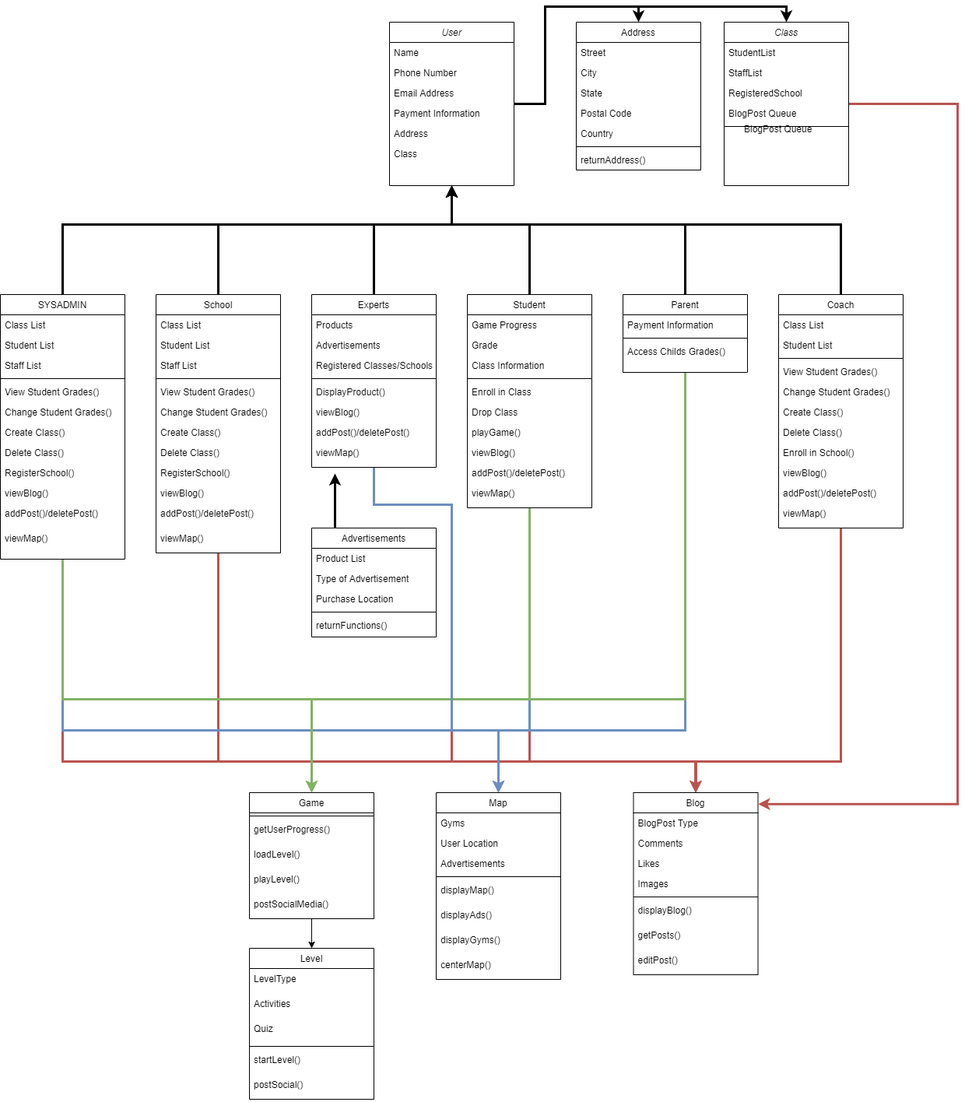
Earlier version of the draw.io export Deliverables/Week_4/Class Diagram.png (Hanandrof/Group-3-Repository). Source tidied: cells renumbered, new cells last; positions are measured from the earlier drawing's top-left corner, leaving out a move shared by most shapes.
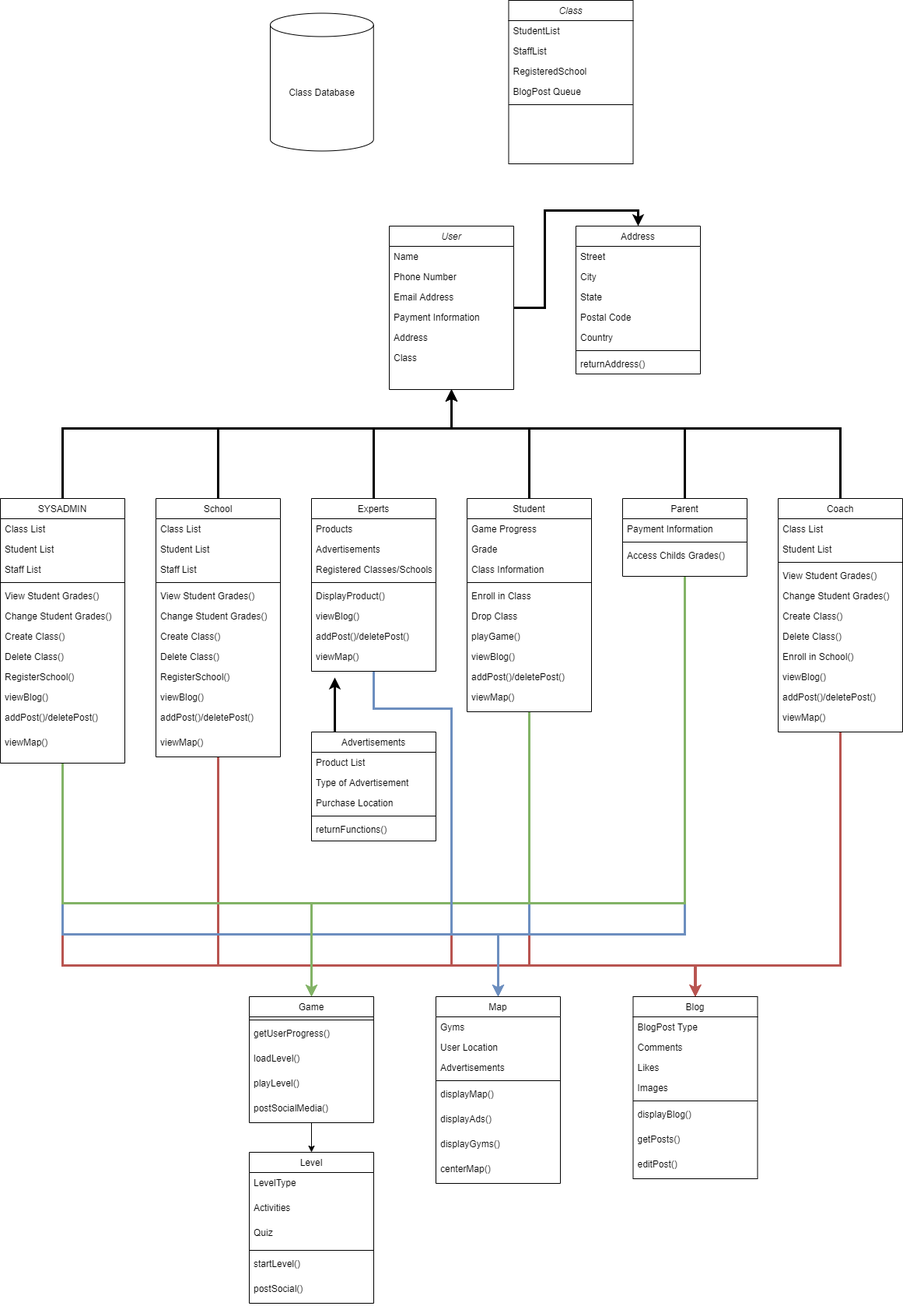
After the change.

The edit, as a diff of the source:
```diff
@@ -5,15 +5,6 @@
     <mxCell id="2" style="edgeStyle=orthogonalEdgeStyle;rounded=0;jettySize=auto;html=1;entryX=0.5;entryY=0;entryDx=0;entryDy=0;strokeWidth=3;" parent="1" edge="1" source="4" target="25">
       <mxGeometry relative="1" as="geometry" />
     </mxCell>
-    <mxCell id="3" style="edgeStyle=orthogonalEdgeStyle;rounded=0;jettySize=auto;html=1;entryX=0.5;entryY=0;entryDx=0;entryDy=0;strokeWidth=3;" parent="1" edge="1" source="4" target="139">
-      <mxGeometry relative="1" as="geometry">
-        <Array as="points">
-          <mxPoint x="700" y="125" />
-          <mxPoint x="700" />
-          <mxPoint x="1010" />
-        </Array>
-      </mxGeometry>
-    </mxCell>
     <mxCell id="4" value="User" style="swimlane;fontStyle=2;align=center;verticalAlign=top;horizontal=1;startSize=26;rounded=0;shadow=0;strokeWidth=1;" parent="1" vertex="1">
       <mxGeometry x="500" y="20" width="160" height="210" as="geometry" />
     </mxCell>
@@ -515,16 +506,8 @@
     <mxCell id="137" value="postSocial()" style="text;align=left;verticalAlign=top;spacingLeft=4;spacingRight=4;overflow=hidden;rounded=0;shadow=0;html=0;" parent="131" vertex="1">
       <mxGeometry y="162" width="160" height="32" as="geometry" />
     </mxCell>
-    <mxCell id="138" style="edgeStyle=orthogonalEdgeStyle;rounded=0;jettySize=auto;html=1;entryX=1.001;entryY=0.063;entryDx=0;entryDy=0;entryPerimeter=0;strokeWidth=3;fillColor=#f8cecc;strokeColor=#b85450;" parent="1" edge="1" source="139" target="106">
-      <mxGeometry relative="1" as="geometry">
-        <Array as="points">
-          <mxPoint x="1230" y="125" />
-          <mxPoint x="1230" y="1025" />
-        </Array>
-      </mxGeometry>
-    </mxCell>
     <mxCell id="139" value="Class" style="swimlane;fontStyle=2;align=center;verticalAlign=top;horizontal=1;startSize=26;rounded=0;shadow=0;strokeWidth=1;" parent="1" vertex="1">
-      <mxGeometry x="930" y="20" width="160" height="210" as="geometry" />
+      <mxGeometry x="653.5" y="-270" width="160" height="210" as="geometry" />
     </mxCell>
     <mxCell id="140" value="StudentList" style="text;align=left;verticalAlign=top;spacingLeft=4;spacingRight=4;overflow=hidden;" parent="139" vertex="1">
       <mxGeometry y="26" width="160" height="26" as="geometry" />
@@ -541,8 +524,8 @@
     <mxCell id="144" style="line;html=1;strokeWidth=1;align=left;verticalAlign=middle;spacingTop=-1;spacingLeft=3;spacingRight=3;labelPosition=right;" parent="139" vertex="1">
       <mxGeometry y="130" width="160" height="8" as="geometry" />
     </mxCell>
-    <mxCell id="145" value="BlogPost Queue" style="text;align=left;verticalAlign=top;spacingLeft=4;spacingRight=4;overflow=hidden;rounded=0;shadow=0;html=0;" parent="1" vertex="1">
-      <mxGeometry x="950" y="144" width="160" height="26" as="geometry" />
-    </mxCell>
+    <mxCell id="146" value="Class Database" style="shape=cylinder3;whiteSpace=wrap;html=1;boundedLbl=1;backgroundOutline=1;size=15;" parent="1" vertex="1">
+      <mxGeometry x="347" y="-253.5" width="132.8" height="177" as="geometry" />
+    </mxCell>
   </root>
 </mxGraphModel>
```
